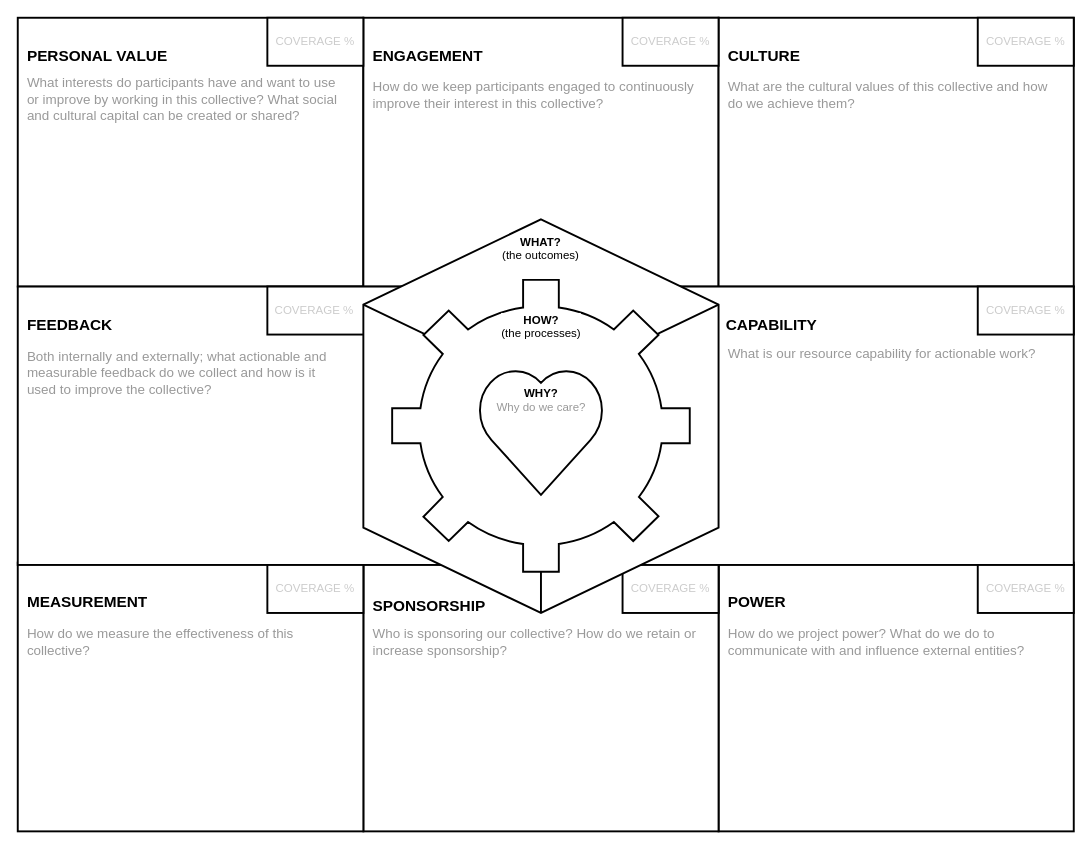
The draw.io diagram collective-action-canvas.drawio in rquast/collective-action-canvas, before the edit. Source tidied: cells renumbered, new cells numbered last; positions are measured from the earlier drawing's top-left corner, leaving out a move shared by most shapes. Both pictures are drawn from the tidied source at 96%, with x=0, y=0 at pixel (17, 17).
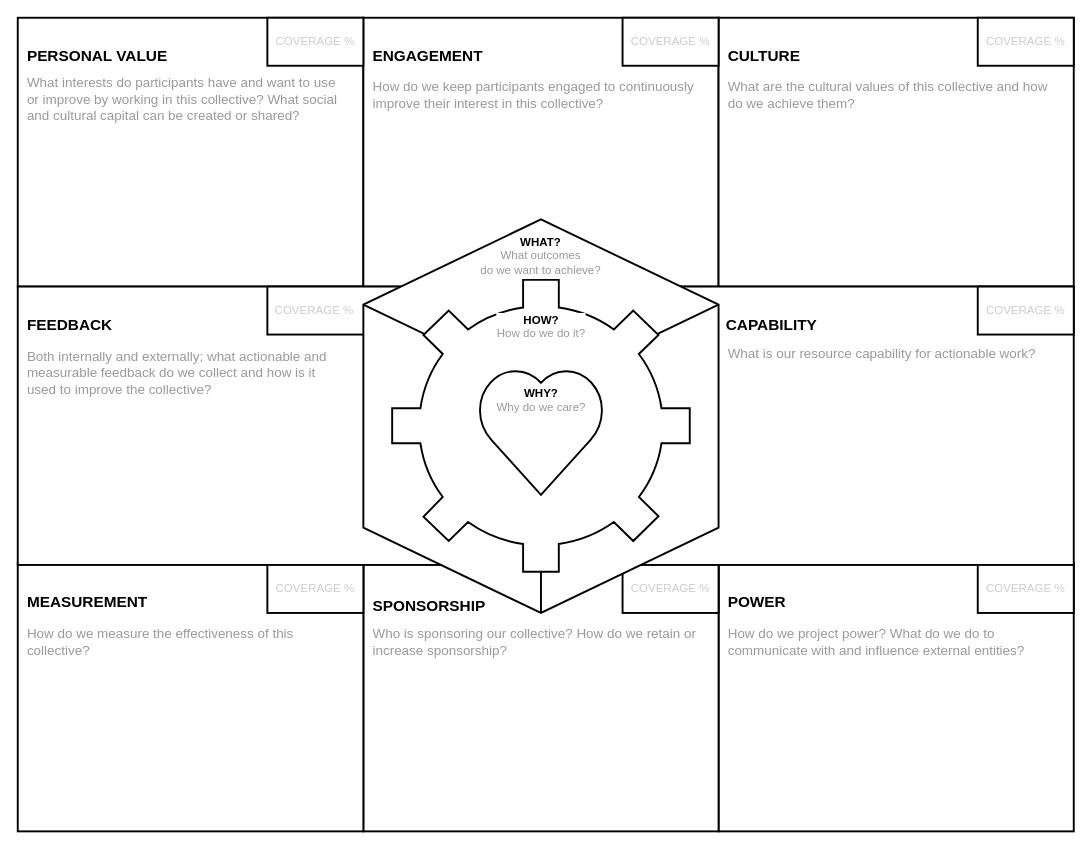
The same page after the edit.

Commit message:
updates to golden circle

Change to the diagram source:
```diff
@@
-    <mxCell id="18" value="&lt;b&gt;WHAT?&lt;br style=&quot;font-size: 12px&quot;&gt;&lt;/b&gt;(the outcomes)" style="whiteSpace=wrap;html=1;shape=mxgraph.basic.isocube;isoAngle=15;strokeColor=#000000;strokeWidth=2;fillColor=#ffffff;fontSize=12;fontColor=#000000;align=center;verticalAlign=top;spacingTop=10;" parent="1" vertex="1">
+    <mxCell id="18" value="&lt;b&gt;WHAT?&lt;br style=&quot;font-size: 12px&quot;&gt;&lt;/b&gt;&lt;font color=&quot;#999999&quot;&gt;What outcomes&lt;br&gt;do we want to achieve?&lt;/font&gt;" style="whiteSpace=wrap;html=1;shape=mxgraph.basic.isocube;isoAngle=15;strokeColor=#000000;strokeWidth=2;fillColor=#ffffff;fontSize=12;fontColor=#000000;align=center;verticalAlign=top;spacingTop=10;" parent="1" vertex="1">
       <mxGeometry x="360" y="210" width="370" height="410" as="geometry" />
     </mxCell>
-    <mxCell id="19" value="&lt;font color=&quot;#000000&quot;&gt;&lt;b&gt;HOW?&lt;/b&gt;&lt;br&gt;(the processes)&lt;/font&gt;" style="html=1;verticalLabelPosition=middle;align=center;labelBackgroundColor=#ffffff;verticalAlign=top;strokeWidth=2;strokeColor=#000000;shadow=0;dashed=0;shape=mxgraph.ios7.icons.settings;fontColor=#CCCCCC;labelPosition=center;spacingTop=28;" parent="1" vertex="1">
+    <mxCell id="19" value="&lt;b style=&quot;color: rgb(0 , 0 , 0)&quot;&gt;HOW?&lt;/b&gt;&lt;br&gt;&lt;font color=&quot;#999999&quot;&gt;How do we do it?&lt;/font&gt;" style="html=1;verticalLabelPosition=middle;align=center;labelBackgroundColor=#ffffff;verticalAlign=top;strokeWidth=2;strokeColor=#000000;shadow=0;dashed=0;shape=mxgraph.ios7.icons.settings;fontColor=#CCCCCC;labelPosition=center;spacingTop=28;" parent="1" vertex="1">
       <mxGeometry x="390" y="273" width="310" height="304" as="geometry" />
     </mxCell>
```
